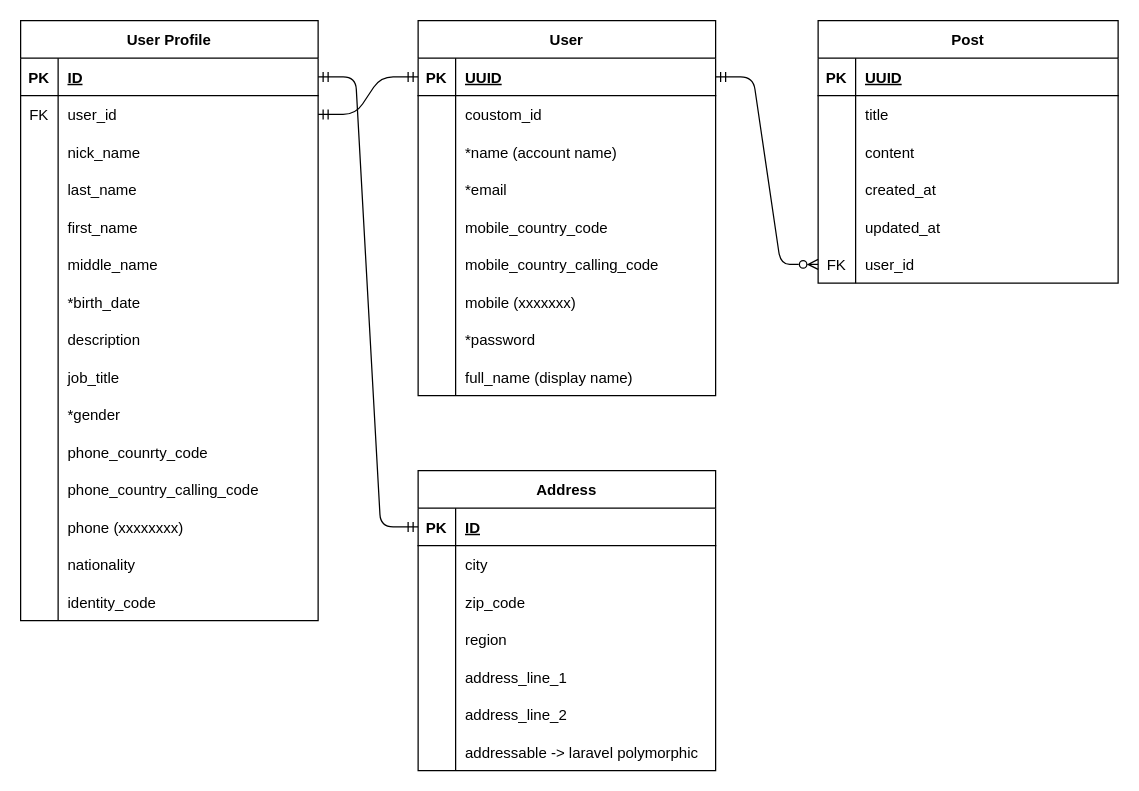
The draw.io diagram er_model.drawio in monosparta/post-backend, before the edit. Source tidied: cells renumbered, new cells numbered last; positions are measured from the earlier drawing's top-left corner, leaving out a move shared by most shapes. Both pictures are drawn from the tidied source at 125%, with x=0, y=0 at pixel (20, 20).
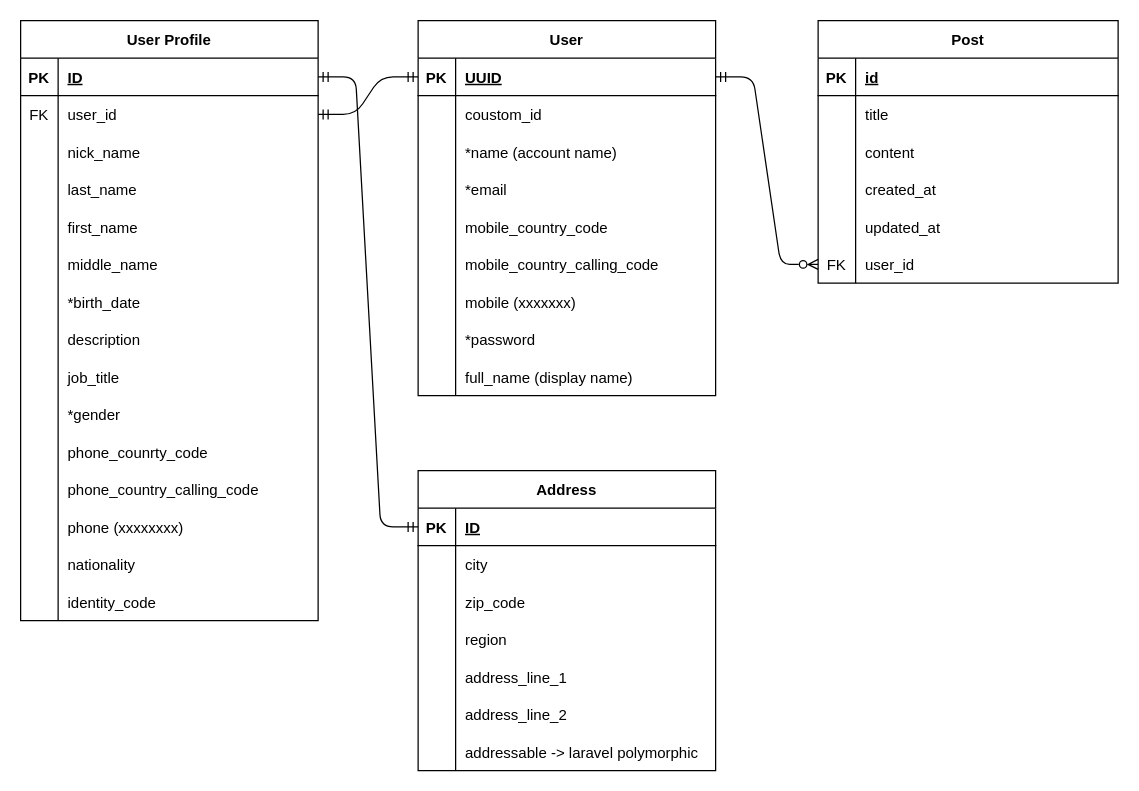
The same diagram, later.

Commit message (it also covers changes not shown here):
docs: swagger and er_model change

swagger POST add userid and responses 201 add user object data / er_model Post uuid>>id

Unchanged cells that the change refers to:
```xml
<mxCell id="3" style="shape=partialRectangle;fillColor=none;top=0;left=0;bottom=1;right=0;" parent="2" vertex="1">
  <mxGeometry y="30" width="240" height="30" as="geometry" />
</mxCell>
```

Change to the diagram source:
```diff
@@
-    <mxCell id="5" value="UUID" style="shape=partialRectangle;fillColor=none;top=0;left=0;bottom=0;right=0;align=left;spacingLeft=6;fontStyle=5;overflow=hidden;" parent="3" vertex="1">
+    <mxCell id="5" value="id" style="shape=partialRectangle;fillColor=none;top=0;left=0;bottom=0;right=0;align=left;spacingLeft=6;fontStyle=5;overflow=hidden;" parent="3" vertex="1">
       <mxGeometry x="30" width="210" height="30" as="geometry" />
     </mxCell>
```
